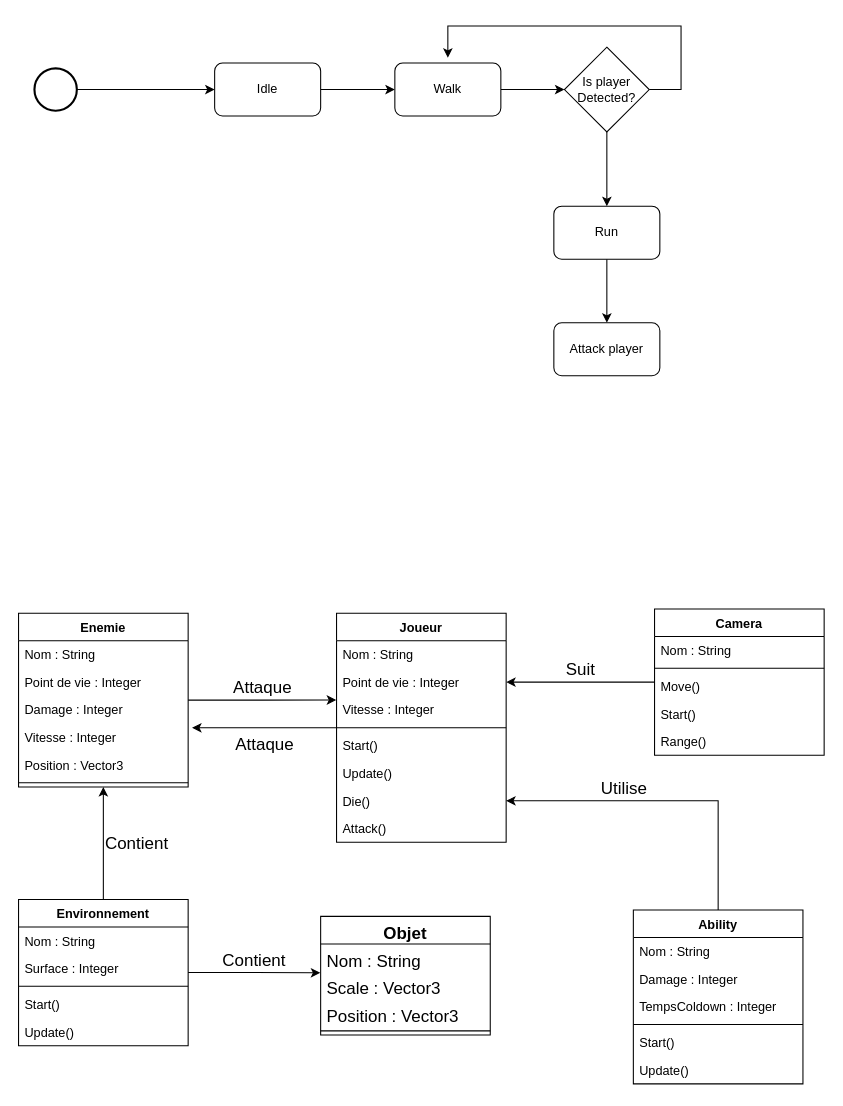
Above: Untitled Diagram.drawio in souhailmihoubi/Diagrams (draw.io), before the change. Source tidied: cells renumbered, new cells numbered last; positions are measured from the earlier drawing's top-left corner, leaving out a move shared by most shapes. Both pictures are drawn from the tidied source at 106%, with x=0, y=0 at pixel (18, 25).
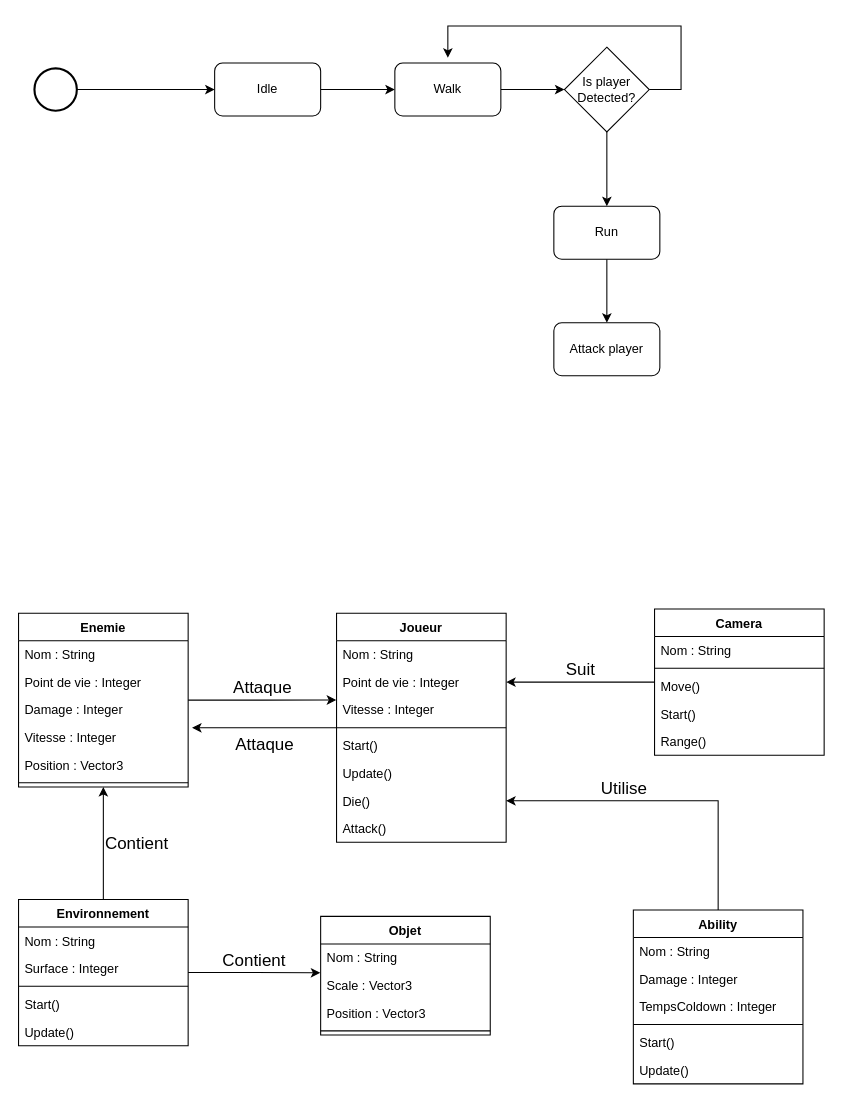
After the change.

The edit, as a diff of the source:
```diff
@@
-    <mxCell id="55" value="Objet" style="swimlane;fontStyle=1;align=center;verticalAlign=top;horizontal=1;startSize=26;fontSize=16;" parent="1" vertex="1">
+    <mxCell id="55" value="Objet" style="swimlane;fontStyle=1;align=center;verticalAlign=top;horizontal=1;startSize=26;fontSize=12;" parent="1" vertex="1">
       <mxGeometry x="285" y="840" width="160" height="112" as="geometry" />
     </mxCell>
-    <mxCell id="56" value="Nom : String" style="text;strokeColor=none;fillColor=none;align=left;verticalAlign=top;spacingLeft=4;spacingRight=4;overflow=hidden;fontSize=16;" parent="55" vertex="1">
+    <mxCell id="56" value="Nom : String" style="text;strokeColor=none;fillColor=none;align=left;verticalAlign=top;spacingLeft=4;spacingRight=4;overflow=hidden;fontSize=12;" parent="55" vertex="1">
       <mxGeometry y="26" width="160" height="26" as="geometry" />
     </mxCell>
-    <mxCell id="57" value="Scale : Vector3    " style="text;strokeColor=none;fillColor=none;align=left;verticalAlign=top;spacingLeft=4;spacingRight=4;overflow=hidden;points=[[0,0.5],[1,0.5]];portConstraint=eastwest;fontSize=16;" parent="55" vertex="1">
+    <mxCell id="57" value="Scale : Vector3    " style="text;strokeColor=none;fillColor=none;align=left;verticalAlign=top;spacingLeft=4;spacingRight=4;overflow=hidden;points=[[0,0.5],[1,0.5]];portConstraint=eastwest;fontSize=12;" parent="55" vertex="1">
       <mxGeometry y="52" width="160" height="26" as="geometry" />
     </mxCell>
-    <mxCell id="58" value="Position : Vector3" style="text;strokeColor=none;fillColor=none;align=left;verticalAlign=top;spacingLeft=4;spacingRight=4;overflow=hidden;fontSize=16;" parent="55" vertex="1">
+    <mxCell id="58" value="Position : Vector3" style="text;strokeColor=none;fillColor=none;align=left;verticalAlign=top;spacingLeft=4;spacingRight=4;overflow=hidden;fontSize=12;" parent="55" vertex="1">
       <mxGeometry y="78" width="160" height="26" as="geometry" />
     </mxCell>
```
